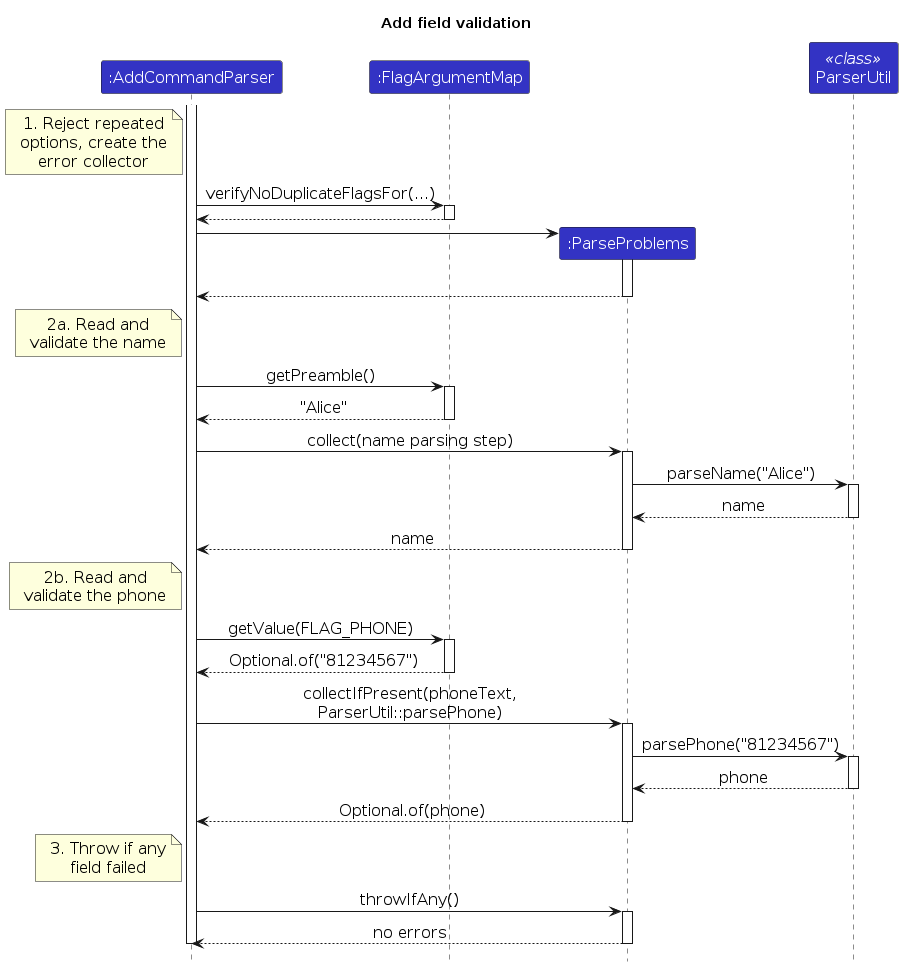
AY2627S1-CS2103T-T16-1/tp keeps this PlantUML diagram as diagrams/AddFieldValidation.png. Above is the earlier version. Its source is kept beside it as diagrams/AddFieldValidation.puml. Source of this version:
```plantuml
@startuml
!include style.puml
skinparam ArrowFontStyle plain
skinparam defaultFontSize 16
skinparam maxMessageSize 260
title Add field validation

participant ":AddCommandParser" as parser LOGIC_COLOR
participant ":FlagArgumentMap" as arguments LOGIC_COLOR
participant ":ParseProblems" as problems LOGIC_COLOR
participant "ParserUtil" as util <<class>> LOGIC_COLOR

activate parser
note left of parser
  1. Reject repeated
  options, create the
  error collector
end note
parser -> arguments : verifyNoDuplicateFlagsFor(...)
activate arguments
arguments --> parser
deactivate arguments
create problems
parser -> problems
activate problems
||20||
problems --> parser
deactivate problems
note left of parser
  2a. Read and
  validate the name
end note
parser -> arguments : getPreamble()
activate arguments
arguments --> parser : "Alice"
deactivate arguments
parser -> problems : collect(name parsing step)
activate problems
problems -> util : parseName("Alice")
activate util
util --> problems : name
deactivate util
problems --> parser : name
deactivate problems
note left of parser
  2b. Read and
  validate the phone
end note
parser -> arguments : getValue(FLAG_PHONE)
activate arguments
arguments --> parser : Optional.of("81234567")
deactivate arguments
parser -> problems : collectIfPresent(phoneText,\nParserUtil::parsePhone)
activate problems
problems -> util : parsePhone("81234567")
activate util
util --> problems : phone
deactivate util
problems --> parser : Optional.of(phone)
deactivate problems
note left of parser
  3. Throw if any
  field failed
end note
parser -> problems : throwIfAny()
activate problems
problems --> parser : no errors
deactivate problems
deactivate parser
@enduml
```
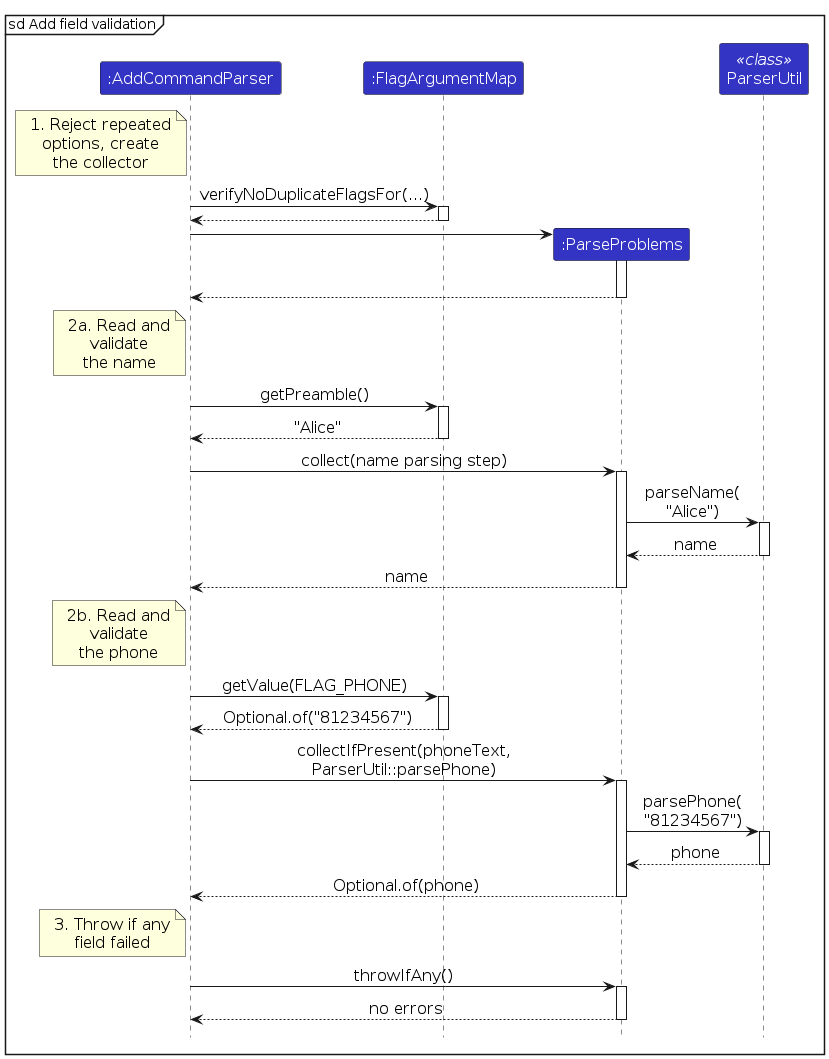
The same file after the commit.

Diff of the diagram source:
```diff
@@ -3,18 +3,17 @@
 skinparam ArrowFontStyle plain
 skinparam defaultFontSize 16
 skinparam maxMessageSize 260
-title Add field validation
+mainframe sd Add field validation
 
 participant ":AddCommandParser" as parser LOGIC_COLOR
 participant ":FlagArgumentMap" as arguments LOGIC_COLOR
 participant ":ParseProblems" as problems LOGIC_COLOR
 participant "ParserUtil" as util <<class>> LOGIC_COLOR
 
-activate parser
 note left of parser
   1. Reject repeated
-  options, create the
-  error collector
+  options, create
+  the collector
 end note
 parser -> arguments : verifyNoDuplicateFlagsFor(...)
 activate arguments
@@ -28,7 +27,8 @@
 deactivate problems
 note left of parser
   2a. Read and
-  validate the name
+  validate
+  the name
 end note
 parser -> arguments : getPreamble()
 activate arguments
@@ -36,7 +36,7 @@
 deactivate arguments
 parser -> problems : collect(name parsing step)
 activate problems
-problems -> util : parseName("Alice")
+problems -> util : parseName(\n"Alice")
 activate util
 util --> problems : name
 deactivate util
@@ -44,7 +44,8 @@
 deactivate problems
 note left of parser
   2b. Read and
-  validate the phone
+  validate
+  the phone
 end note
 parser -> arguments : getValue(FLAG_PHONE)
 activate arguments
@@ -52,7 +53,7 @@
 deactivate arguments
 parser -> problems : collectIfPresent(phoneText,\nParserUtil::parsePhone)
 activate problems
-problems -> util : parsePhone("81234567")
+problems -> util : parsePhone(\n"81234567")
 activate util
 util --> problems : phone
 deactivate util
@@ -66,5 +67,4 @@
 activate problems
 problems --> parser : no errors
 deactivate problems
-deactivate parser
 @enduml
```
